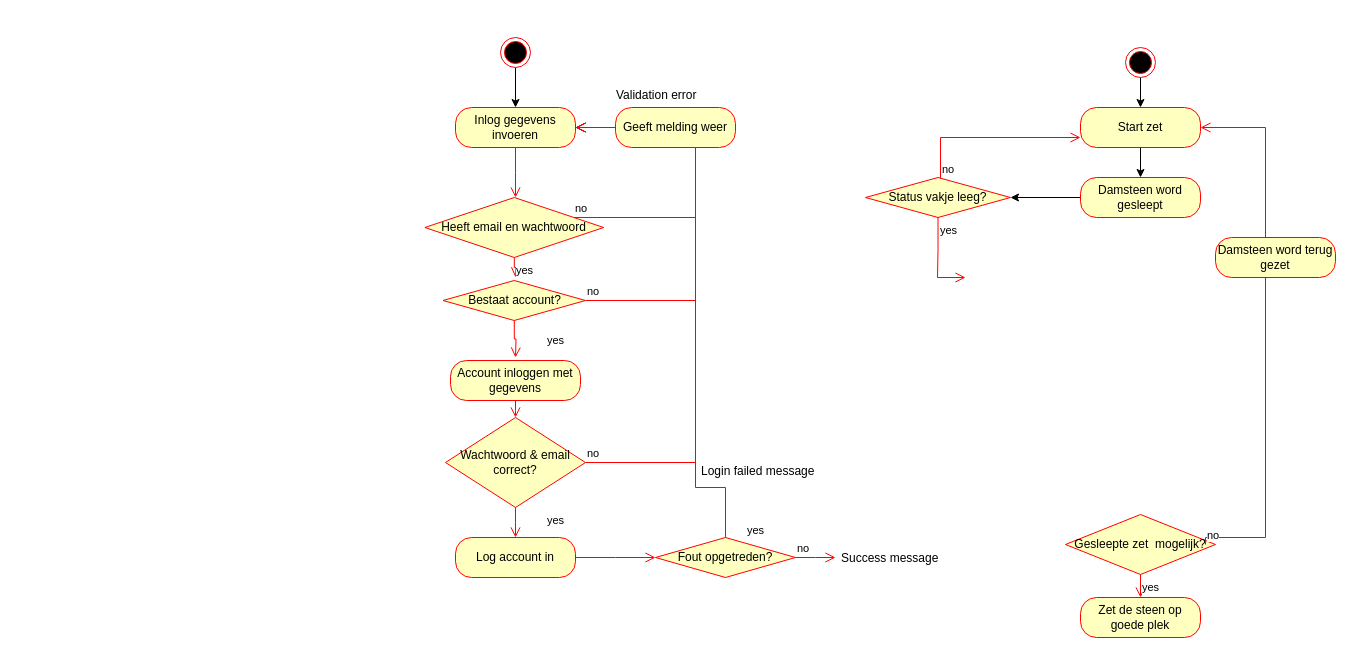
Before: docs/activity-diagram.drawio in martvdm/dammen-landstede, a draw.io diagram. Source tidied: cells renumbered, new cells numbered last; positions are measured from the earlier drawing's top-left corner, leaving out a move shared by most shapes. Both pictures are drawn from the tidied source at 100%, with x=0, y=0 at pixel (424, 37).
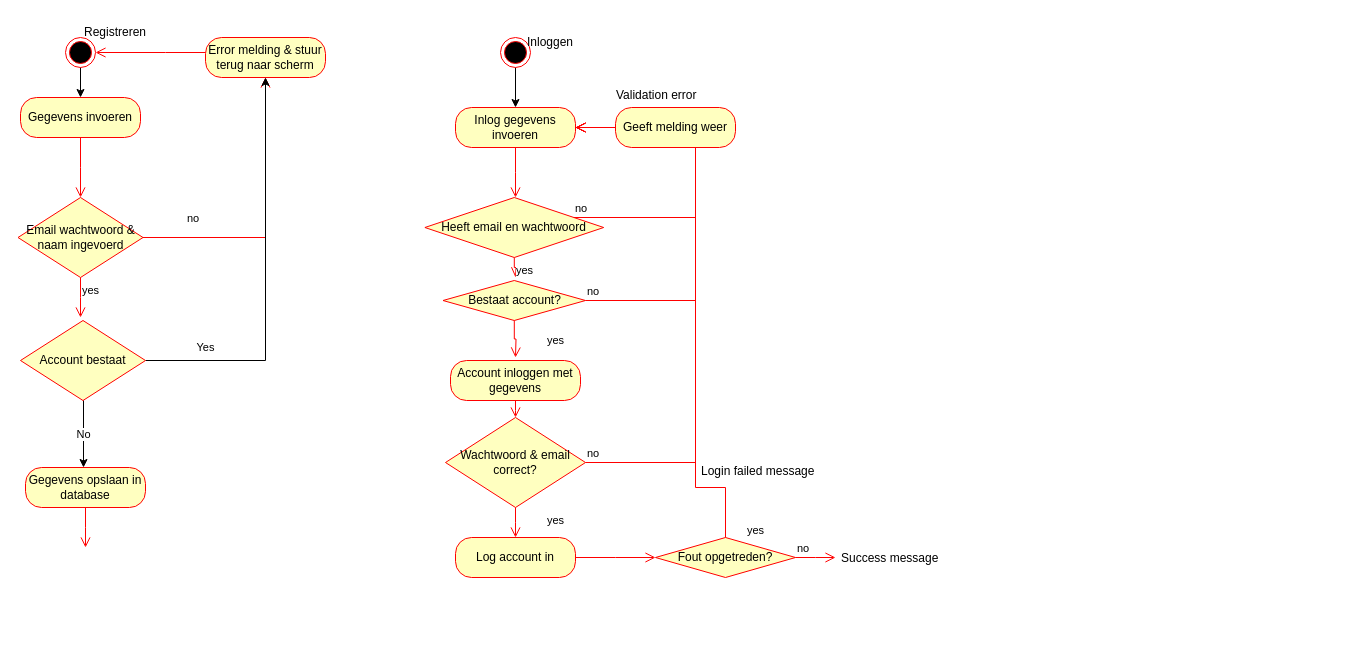
After the change.

Commit message:
Docs: updated activity diagram

The edit, as a diff of the source:
```diff
@@
-    <mxCell id="24" style="edgeStyle=orthogonalEdgeStyle;rounded=0;jettySize=auto;html=1;" parent="1" edge="1" source="25" target="26">
-      <mxGeometry relative="1" as="geometry" />
-    </mxCell>
-    <mxCell id="25" style="ellipse;html=1;shape=endState;fillColor=#000000;strokeColor=#ff0000;" parent="1" vertex="1">
-      <mxGeometry x="701" y="10" width="30" height="30" as="geometry" />
-    </mxCell>
-    <mxCell id="26" value="Start zet" style="rounded=1;whiteSpace=wrap;html=1;arcSize=40;fontColor=#000000;fillColor=#ffffc0;strokeColor=#ff0000;" parent="1" vertex="1">
-      <mxGeometry x="656" y="70" width="120" height="40" as="geometry" />
-    </mxCell>
-    <mxCell id="27" style="endArrow=classic;html=1;rounded=0;exitX=0.5;exitY=1;exitDx=0;exitDy=0;" parent="1" edge="1" source="26">
-      <mxGeometry relative="1" as="geometry">
-        <mxPoint x="716" y="140" as="targetPoint" />
-      </mxGeometry>
-    </mxCell>
-    <mxCell id="28" style="edgeStyle=orthogonalEdgeStyle;rounded=0;jettySize=auto;html=1;" parent="1" edge="1" source="29" target="35">
-      <mxGeometry relative="1" as="geometry" />
-    </mxCell>
-    <mxCell id="29" value="Damsteen word gesleept" style="rounded=1;whiteSpace=wrap;html=1;arcSize=40;fontColor=#000000;fillColor=#ffffc0;strokeColor=#ff0000;" parent="1" vertex="1">
-      <mxGeometry x="656" y="140" width="120" height="40" as="geometry" />
-    </mxCell>
-    <mxCell id="30" value="Gesleepte zet&amp;nbsp; mogelijk?" style="rhombus;whiteSpace=wrap;html=1;fontColor=#000000;fillColor=#ffffc0;strokeColor=#ff0000;" parent="1" vertex="1">
-      <mxGeometry x="641" y="477" width="150" height="60" as="geometry" />
-    </mxCell>
-    <mxCell id="31" value="no" style="edgeStyle=orthogonalEdgeStyle;html=1;align=left;verticalAlign=bottom;endArrow=open;endSize=8;strokeColor=#ff0000;rounded=0;" parent="1" edge="1" target="26">
-      <mxGeometry x="-1" relative="1" as="geometry">
-        <mxPoint x="781" y="507" as="sourcePoint" />
-        <Array as="points">
-          <mxPoint x="781" y="500" />
-          <mxPoint x="841" y="500" />
-          <mxPoint x="841" y="90" />
-        </Array>
-      </mxGeometry>
-    </mxCell>
-    <mxCell id="32" value="yes" style="edgeStyle=orthogonalEdgeStyle;html=1;align=left;verticalAlign=top;endArrow=open;endSize=8;strokeColor=#ff0000;rounded=0;" parent="1" edge="1" source="30">
-      <mxGeometry x="-1" relative="1" as="geometry">
-        <mxPoint x="716" y="560" as="targetPoint" />
-      </mxGeometry>
-    </mxCell>
-    <mxCell id="33" value="Damsteen word terug gezet" style="rounded=1;whiteSpace=wrap;html=1;arcSize=40;fontColor=#000000;fillColor=#ffffc0;strokeColor=#ff0000;" parent="1" vertex="1">
-      <mxGeometry x="791" y="200" width="120" height="40" as="geometry" />
-    </mxCell>
-    <mxCell id="34" value="Zet de steen op goede plek" style="rounded=1;whiteSpace=wrap;html=1;arcSize=40;fontColor=#000000;fillColor=#ffffc0;strokeColor=#ff0000;" parent="1" vertex="1">
-      <mxGeometry x="656" y="560" width="120" height="40" as="geometry" />
-    </mxCell>
-    <mxCell id="35" value="Status vakje leeg?" style="rhombus;whiteSpace=wrap;html=1;fontColor=#000000;fillColor=#ffffc0;strokeColor=#ff0000;" parent="1" vertex="1">
-      <mxGeometry x="441" y="140" width="145" height="40" as="geometry" />
-    </mxCell>
-    <mxCell id="36" value="no" style="edgeStyle=orthogonalEdgeStyle;html=1;align=left;verticalAlign=bottom;endArrow=open;endSize=8;strokeColor=#ff0000;rounded=0;" parent="1" edge="1" source="35" target="26">
-      <mxGeometry x="-1" relative="1" as="geometry">
-        <Array as="points">
-          <mxPoint x="516" y="100" />
-        </Array>
-      </mxGeometry>
-    </mxCell>
-    <mxCell id="37" value="yes" style="edgeStyle=orthogonalEdgeStyle;html=1;align=left;verticalAlign=top;endArrow=open;endSize=8;strokeColor=#ff0000;rounded=0;" parent="1" edge="1" source="35">
-      <mxGeometry x="-1" relative="1" as="geometry">
-        <mxPoint x="541" y="240" as="targetPoint" />
-        <Array as="points">
-          <mxPoint x="513" y="212" />
-          <mxPoint x="513" y="270" />
-        </Array>
-      </mxGeometry>
-    </mxCell>
@@
+    <mxCell id="40" style="edgeStyle=orthogonalEdgeStyle;rounded=0;jettySize=auto;html=1;" parent="1" edge="1" source="41" target="44">
+      <mxGeometry relative="1" as="geometry" />
+    </mxCell>
+    <mxCell id="41" style="ellipse;html=1;shape=endState;fillColor=#000000;strokeColor=#ff0000;" parent="1" vertex="1">
+      <mxGeometry x="-359" width="30" height="30" as="geometry" />
+    </mxCell>
+    <mxCell id="42" value="Inloggen" style="text;html=1;strokeColor=none;fillColor=none;align=center;verticalAlign=middle;whiteSpace=wrap;rounded=0;" parent="1" vertex="1">
+      <mxGeometry x="96" y="-10" width="60" height="30" as="geometry" />
+    </mxCell>
+    <mxCell id="43" value="Registreren" style="text;html=1;strokeColor=none;fillColor=none;align=center;verticalAlign=middle;whiteSpace=wrap;rounded=0;" parent="1" vertex="1">
+      <mxGeometry x="-339" y="-20" width="60" height="30" as="geometry" />
+    </mxCell>
+    <mxCell id="44" value="Gegevens invoeren" style="rounded=1;whiteSpace=wrap;html=1;arcSize=40;fontColor=#000000;fillColor=#ffffc0;strokeColor=#ff0000;" parent="1" vertex="1">
+      <mxGeometry x="-404" y="60" width="120" height="40" as="geometry" />
+    </mxCell>
+    <mxCell id="45" style="edgeStyle=orthogonalEdgeStyle;html=1;verticalAlign=bottom;endArrow=open;endSize=8;strokeColor=#ff0000;rounded=0;" parent="1" edge="1" source="44">
+      <mxGeometry relative="1" as="geometry">
+        <mxPoint x="-344" y="160" as="targetPoint" />
+      </mxGeometry>
+    </mxCell>
+    <mxCell id="46" value="Email wachtwoord &amp;amp; naam ingevoerd" style="rhombus;whiteSpace=wrap;html=1;fontColor=#000000;fillColor=#ffffc0;strokeColor=#ff0000;" parent="1" vertex="1">
+      <mxGeometry x="-406.5" y="160" width="125" height="80" as="geometry" />
+    </mxCell>
+    <mxCell id="47" value="no" style="edgeStyle=orthogonalEdgeStyle;html=1;align=left;verticalAlign=bottom;endArrow=open;endSize=8;strokeColor=#ff0000;rounded=0;" parent="1" edge="1" source="46" target="52">
+      <mxGeometry x="-0.7" y="10" relative="1" as="geometry" />
+    </mxCell>
+    <mxCell id="48" value="yes" style="edgeStyle=orthogonalEdgeStyle;html=1;align=left;verticalAlign=top;endArrow=open;endSize=8;strokeColor=#ff0000;rounded=0;" parent="1" edge="1" source="46">
+      <mxGeometry x="-1" relative="1" as="geometry">
+        <mxPoint x="-344" y="280" as="targetPoint" />
+      </mxGeometry>
+    </mxCell>
+    <mxCell id="49" value="Yes" style="edgeStyle=orthogonalEdgeStyle;rounded=0;jettySize=auto;html=1;" parent="1" edge="1" source="51" target="52">
+      <mxGeometry x="-0.7" y="13" relative="1" as="geometry" />
+    </mxCell>
+    <mxCell id="50" value="No" style="edgeStyle=orthogonalEdgeStyle;rounded=0;jettySize=auto;html=1;" parent="1" edge="1" source="51">
+      <mxGeometry relative="1" as="geometry">
+        <mxPoint x="-341" y="430" as="targetPoint" />
+        <Array as="points">
+          <mxPoint x="-341" y="400" />
+        </Array>
+      </mxGeometry>
+    </mxCell>
+    <mxCell id="51" value="Account bestaat " style="rhombus;whiteSpace=wrap;html=1;fontColor=#000000;fillColor=#ffffc0;strokeColor=#ff0000;" parent="1" vertex="1">
+      <mxGeometry x="-404" y="283" width="125" height="80" as="geometry" />
+    </mxCell>
+    <mxCell id="52" value="Error melding &amp;amp; stuur terug naar scherm" style="rounded=1;whiteSpace=wrap;html=1;arcSize=40;fontColor=#000000;fillColor=#ffffc0;strokeColor=#ff0000;" parent="1" vertex="1">
+      <mxGeometry x="-219" width="120" height="40" as="geometry" />
+    </mxCell>
+    <mxCell id="53" style="edgeStyle=orthogonalEdgeStyle;html=1;verticalAlign=bottom;endArrow=open;endSize=8;strokeColor=#ff0000;rounded=0;" parent="1" edge="1" source="52" target="41">
+      <mxGeometry relative="1" as="geometry">
+        <Array as="points">
+          <mxPoint x="-259" y="15" />
+          <mxPoint x="-259" y="15" />
+        </Array>
+      </mxGeometry>
+    </mxCell>
+    <mxCell id="54" value="Gegevens opslaan in database" style="rounded=1;whiteSpace=wrap;html=1;arcSize=40;fontColor=#000000;fillColor=#ffffc0;strokeColor=#ff0000;" parent="1" vertex="1">
+      <mxGeometry x="-399" y="430" width="120" height="40" as="geometry" />
+    </mxCell>
+    <mxCell id="55" style="edgeStyle=orthogonalEdgeStyle;html=1;verticalAlign=bottom;endArrow=open;endSize=8;strokeColor=#ff0000;rounded=0;" parent="1" edge="1" source="54">
+      <mxGeometry relative="1" as="geometry">
+        <mxPoint x="-339" y="510" as="targetPoint" />
+      </mxGeometry>
+    </mxCell>
```
